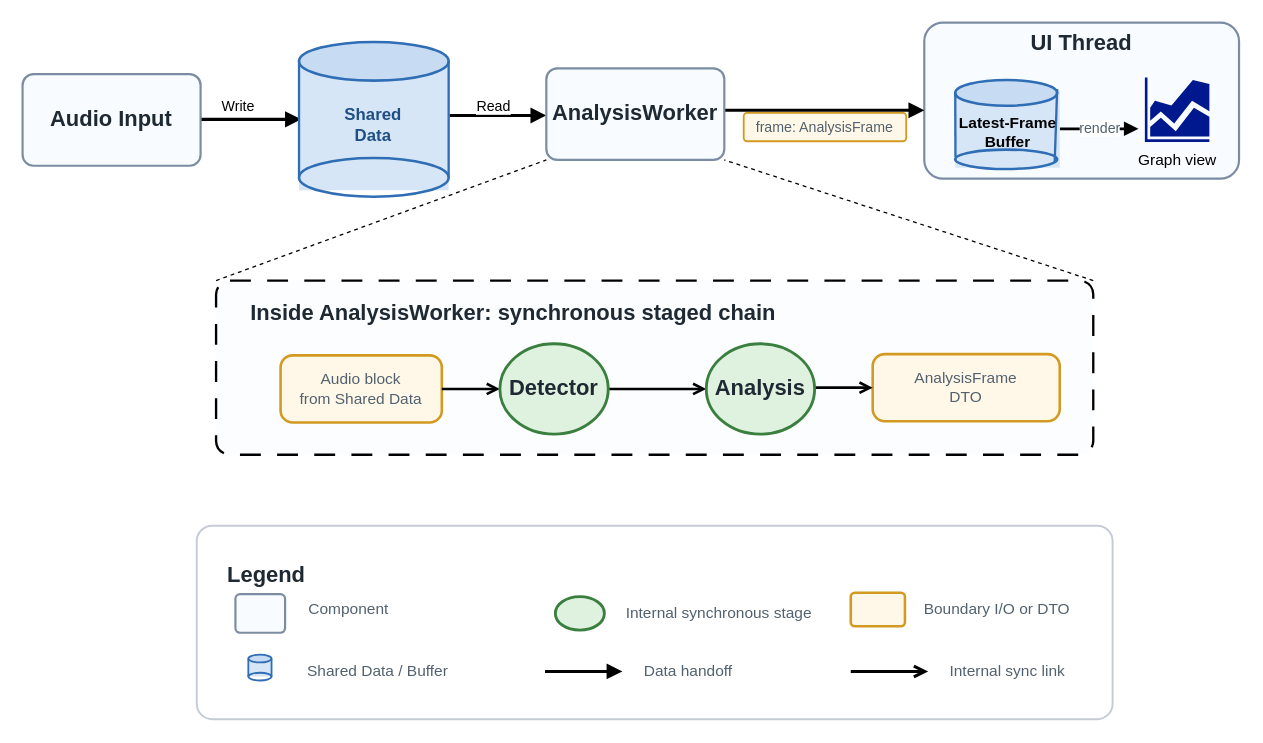
This is FinalDemo/assets/3. Pipe_And_Filter/3. Pipe_And_Filter.drawio from lgcmu2026-team5/TimeGrapher-Docs, a draw.io file, before an edit. Source tidied: cells renumbered, new cells numbered last; positions are measured from the earlier drawing's top-left corner, leaving out a move shared by most shapes. Both pictures are drawn from the tidied source at 129%, with x=0, y=0 at pixel (22, 22).
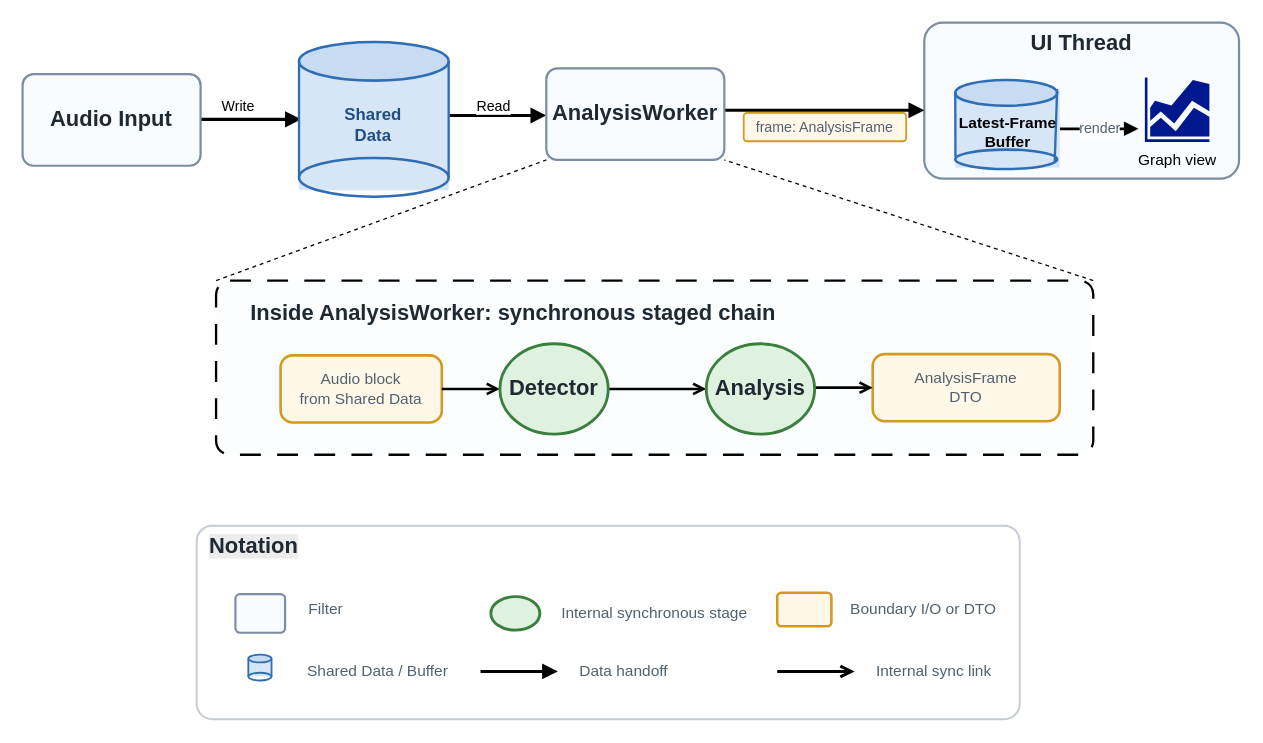
The same page after the edit.

Diff of the diagram source:
```diff
@@
-    <mxCell id="7" value="&lt;b&gt;Legend&lt;/b&gt;" style="rounded=1;whiteSpace=wrap;html=1;arcSize=8;fontFamily=Arial;fontSize=17;fontColor=#1f2933;strokeColor=#c5ccd6;fillColor=#ffffff;strokeWidth=1.5;align=left;verticalAlign=top;spacing=24;" parent="1" vertex="1">
-      <mxGeometry x="135" y="390" width="710" height="150" as="geometry" />
+    <mxCell id="7" style="rounded=1;whiteSpace=wrap;html=1;arcSize=8;fontFamily=Arial;fontSize=17;fontColor=#1f2933;strokeColor=#c5ccd6;fillColor=#ffffff;strokeWidth=1.5;align=left;verticalAlign=top;spacing=24;" parent="1" vertex="1">
+      <mxGeometry x="135" y="390" width="638" height="150" as="geometry" />
     </mxCell>
-    <mxCell id="8" value="Component" style="text;html=1;strokeColor=none;fillColor=none;align=left;verticalAlign=middle;whiteSpace=wrap;rounded=0;fontFamily=Arial;fontSize=12;fontColor=#52616f;" parent="1" vertex="1">
+    <mxCell id="8" value="Filter" style="text;html=1;strokeColor=none;fillColor=none;align=left;verticalAlign=middle;whiteSpace=wrap;rounded=0;fontFamily=Arial;fontSize=12;fontColor=#52616f;" parent="1" vertex="1">
       <mxGeometry x="220" y="443" width="125" height="24" as="geometry" />
     </mxCell>
@@
     <mxCell id="10" value="Internal synchronous stage" style="text;html=1;strokeColor=none;fillColor=none;align=left;verticalAlign=middle;whiteSpace=wrap;rounded=0;fontFamily=Arial;fontSize=12;fontColor=#52616f;" parent="1" vertex="1">
-      <mxGeometry x="466" y="446" width="190" height="24" as="geometry" />
+      <mxGeometry x="416" y="446" width="190" height="24" as="geometry" />
     </mxCell>
     <mxCell id="11" style="rounded=1;whiteSpace=wrap;html=1;arcSize=12;strokeColor=#d29a21;fillColor=#fff8e8;strokeWidth=2;" parent="1" vertex="1">
-      <mxGeometry x="642" y="442" width="42" height="26" as="geometry" />
+      <mxGeometry x="585" y="442" width="42" height="26" as="geometry" />
     </mxCell>
     <mxCell id="12" value="Boundary I/O or DTO" style="text;html=1;strokeColor=none;fillColor=none;align=left;verticalAlign=middle;whiteSpace=wrap;rounded=0;fontFamily=Arial;fontSize=12;fontColor=#52616f;" parent="1" vertex="1">
-      <mxGeometry x="697" y="443" width="130" height="24" as="geometry" />
+      <mxGeometry x="640" y="443" width="130" height="24" as="geometry" />
     </mxCell>
     <mxCell id="13" value="Data handoff" style="text;html=1;strokeColor=none;fillColor=none;align=left;verticalAlign=middle;whiteSpace=wrap;rounded=0;fontFamily=Arial;fontSize=12;fontColor=#52616f;" parent="1" vertex="1">
-      <mxGeometry x="480" y="491" width="120" height="24" as="geometry" />
+      <mxGeometry x="430" y="491" width="120" height="24" as="geometry" />
     </mxCell>
@@
     <mxCell id="24" style="endArrow=block;html=1;rounded=0;strokeColor=light-dark(#000000, #8993a0);strokeWidth=2.4;" parent="1" edge="1">
       <mxGeometry relative="1" as="geometry">
-        <mxPoint x="405" y="503" as="sourcePoint" />
-        <mxPoint x="465" y="503" as="targetPoint" />
+        <mxPoint x="355" y="503" as="sourcePoint" />
+        <mxPoint x="415" y="503" as="targetPoint" />
       </mxGeometry>
     </mxCell>
     <mxCell id="25" value="Internal sync link" style="text;html=1;strokeColor=none;fillColor=none;align=left;verticalAlign=middle;whiteSpace=wrap;rounded=0;fontFamily=Arial;fontSize=12;fontColor=#52616f;" parent="1" vertex="1">
-      <mxGeometry x="717" y="491" width="120" height="24" as="geometry" />
+      <mxGeometry x="660" y="491" width="120" height="24" as="geometry" />
     </mxCell>
     <mxCell id="26" style="endArrow=open;html=1;rounded=0;strokeColor=light-dark(#000000, #8993a0);strokeWidth=2.4;endFill=0;" parent="1" edge="1">
       <mxGeometry relative="1" as="geometry">
-        <mxPoint x="642" y="503" as="sourcePoint" />
-        <mxPoint x="702" y="503" as="targetPoint" />
+        <mxPoint x="585" y="503" as="sourcePoint" />
+        <mxPoint x="645" y="503" as="targetPoint" />
       </mxGeometry>
     </mxCell>
@@
     <mxCell id="50" style="ellipse;whiteSpace=wrap;html=1;strokeColor=#3b7f3f;fillColor=#dff2df;strokeWidth=2.2;" parent="1" vertex="1">
-      <mxGeometry x="413" y="445" width="38" height="26" as="geometry" />
+      <mxGeometry x="363" y="445" width="38" height="26" as="geometry" />
     </mxCell>
@@
+    <mxCell id="55" value="&lt;b style=&quot;forced-color-adjust: none; color: rgb(31, 41, 51); font-family: Arial; font-size: 17px; font-style: normal; font-variant-ligatures: normal; font-variant-caps: normal; letter-spacing: normal; orphans: 2; text-align: left; text-indent: 0px; text-transform: none; widows: 2; word-spacing: 0px; -webkit-text-stroke-width: 0px; white-space: normal; background-color: rgb(236, 236, 236); text-decoration-thickness: initial; text-decoration-style: initial; text-decoration-color: initial;&quot;&gt;Notation&lt;/b&gt;" style="text;whiteSpace=wrap;html=1;" parent="1" vertex="1">
+      <mxGeometry x="143" y="390" width="90" height="40" as="geometry" />
+    </mxCell>
```
